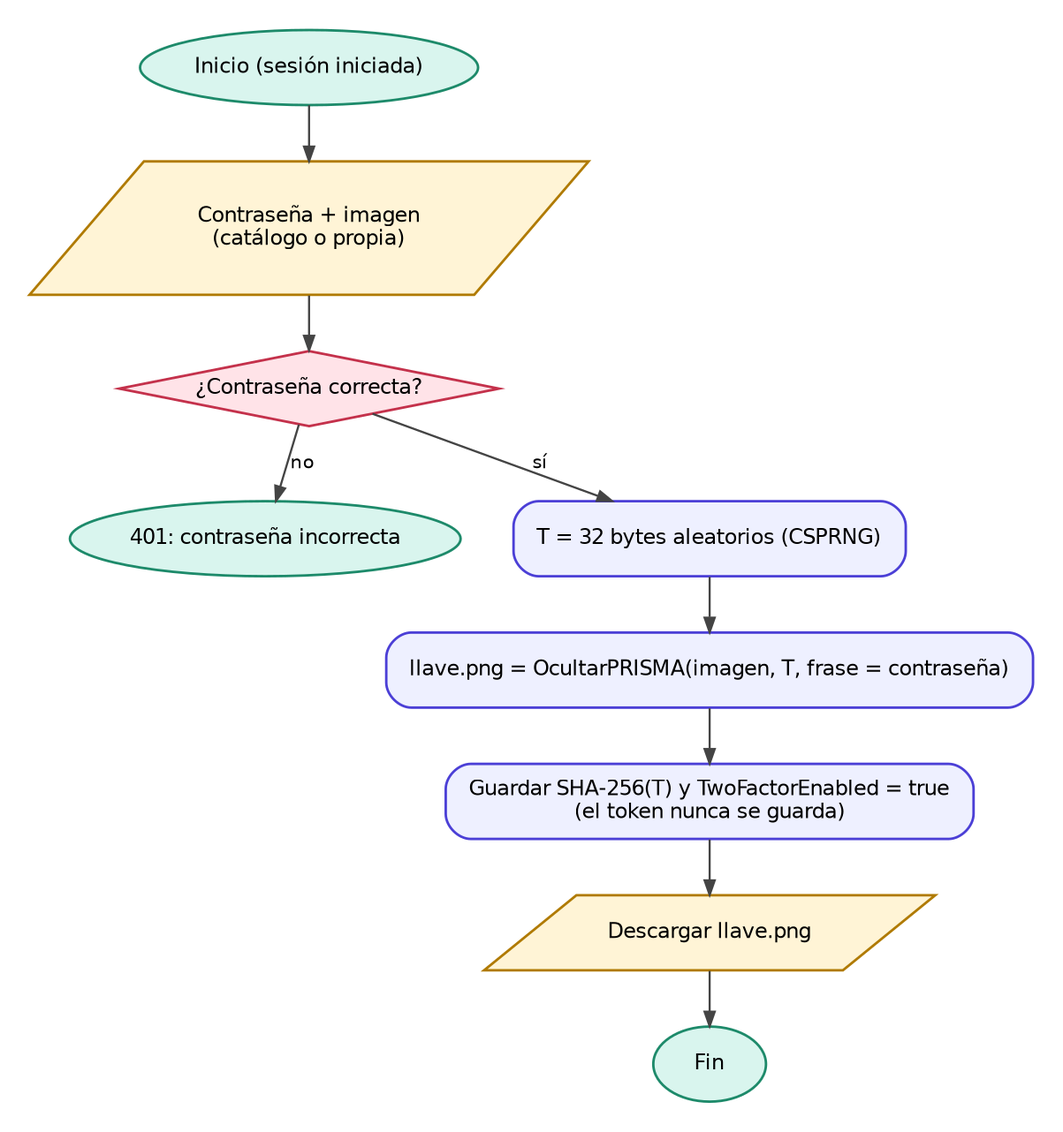
Before: Examen_Prisma/docs/diagramas/png/activar_2fa.png, a diagram exported from Graphviz (yaelrdf/Virologia_Criptografia_UPIICSA). Its source is kept beside it as Examen_Prisma/docs/diagramas/activar_2fa.dot.
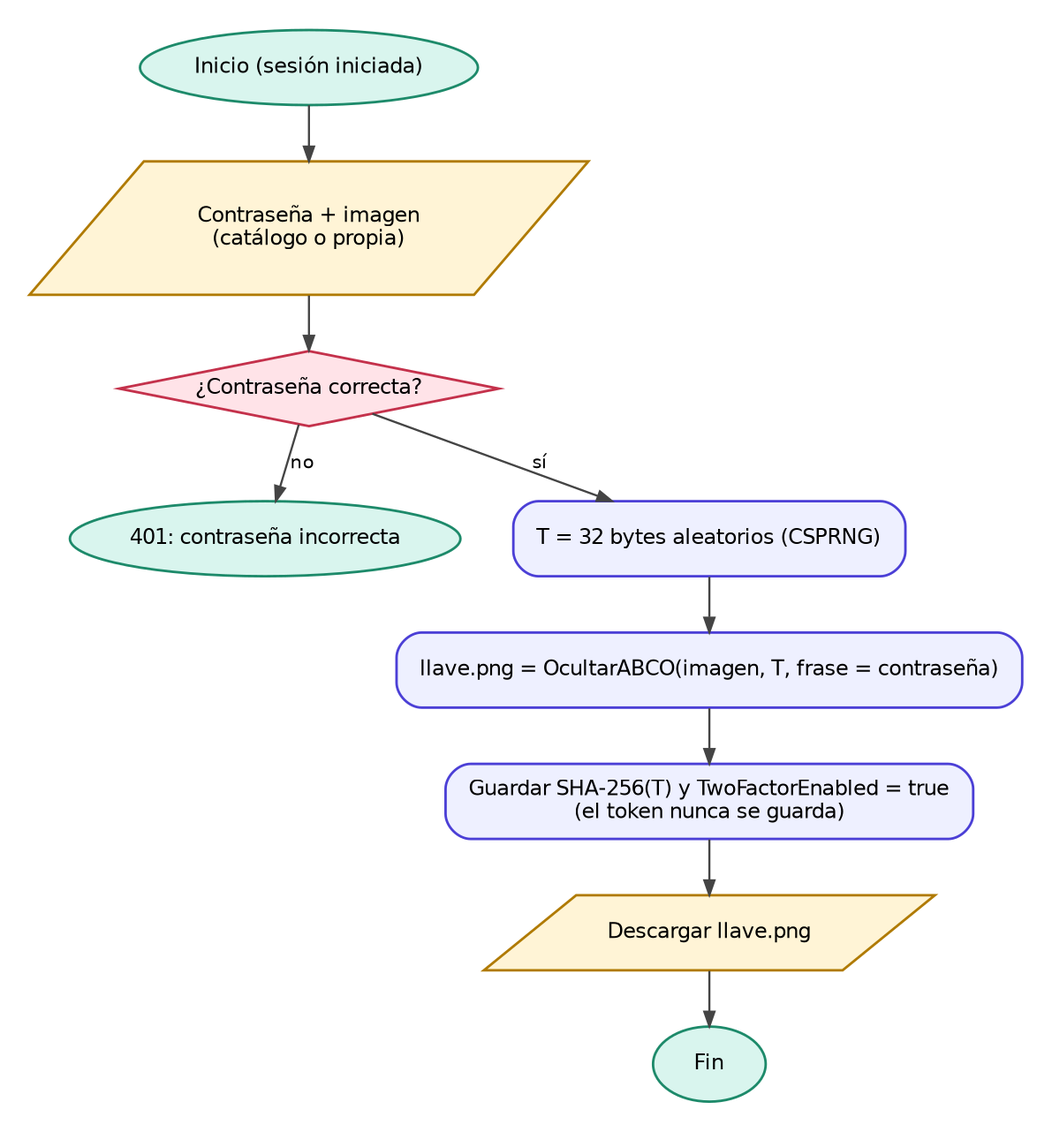
The same diagram one commit later.

The edit, as a diff of the source:
```diff
@@ -3,7 +3,7 @@
 edge [fontname="DejaVu Sans", fontsize=9, color="#444444", arrowsize=0.7];
   ini [label="Inicio (sesión iniciada)", shape=oval, style=filled, fillcolor="#d9f5ee", color="#1d8a6a"]; fin [label="Fin", shape=oval, style=filled, fillcolor="#d9f5ee", color="#1d8a6a"]; no [label="401: contraseña incorrecta", shape=oval, style=filled, fillcolor="#d9f5ee", color="#1d8a6a"];
   ent [label="Contraseña + imagen\n(catálogo o propia)", shape=parallelogram, style=filled, fillcolor="#fff4d6", color="#b07a00"]; q [label="¿Contraseña correcta?", shape=diamond, style=filled, fillcolor="#ffe3e8", color="#c4314b", margin="0.05,0.03"];
-  tok [label="T = 32 bytes aleatorios (CSPRNG)"]; hide [label="llave.png = OcultarPRISMA(imagen, T, frase = contraseña)"];
+  tok [label="T = 32 bytes aleatorios (CSPRNG)"]; hide [label="llave.png = OcultarABCO(imagen, T, frase = contraseña)"];
   save [label="Guardar SHA-256(T) y TwoFactorEnabled = true\n(el token nunca se guarda)"]; out [label="Descargar llave.png", shape=parallelogram, style=filled, fillcolor="#fff4d6", color="#b07a00"];
   ini -> ent -> q; q -> no [label="no"]; q -> tok [label="sí"]; tok -> hide -> save -> out -> fin;
 }
```
